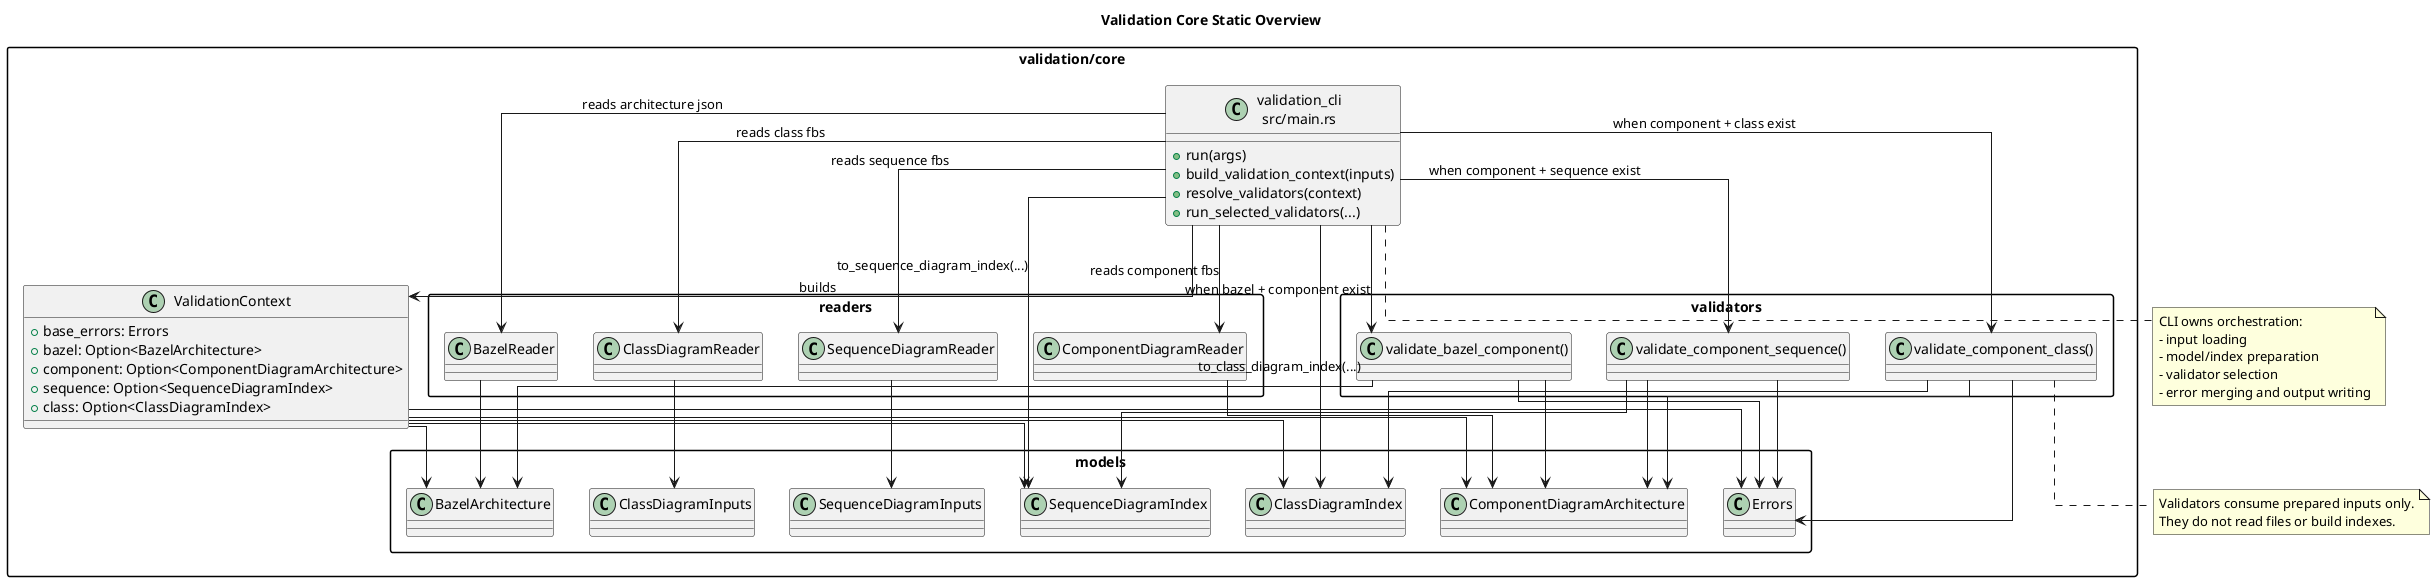
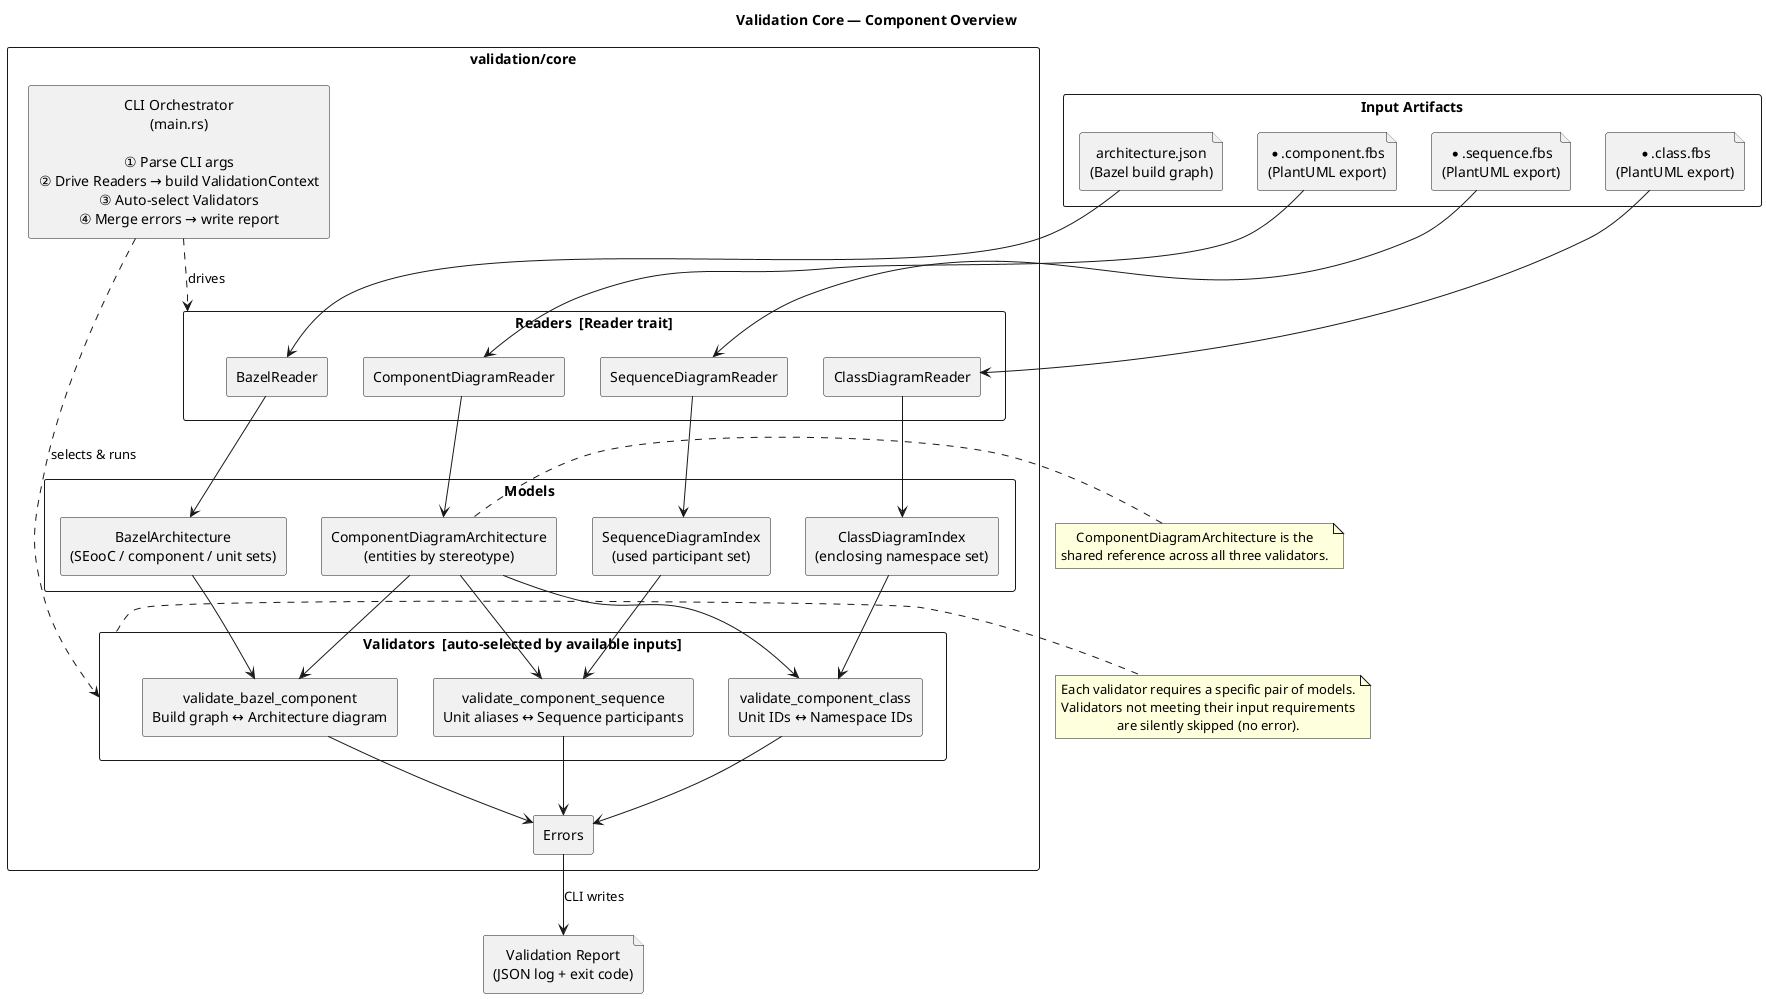
' *******************************************************************************
' Copyright (c) 2026 Contributors to the Eclipse Foundation
'
' See the NOTICE file(s) distributed with this work for additional
' information regarding copyright ownership.
'
' This program and the accompanying materials are made available under the
' terms of the Apache License Version 2.0 which is available at
' https://www.apache.org/licenses/LICENSE-2.0
'
' SPDX-License-Identifier: Apache-2.0
' *******************************************************************************

@startuml validation_core_overview
- title Validation Core Static Overview
+ title Validation Core — Component Overview

skinparam packageStyle rectangle
skinparam shadowing false
- skinparam linetype ortho
+ skinparam defaultTextAlignment center
+ skinparam componentStyle rectangle
+ 
+ ' ── External input artifacts ──────────────────────────────────────────────────
+ 
+ rectangle "Input Artifacts" as Inputs {
+   file "architecture.json\n(Bazel build graph)" as FBazel
+   file "*.component.fbs\n(PlantUML export)" as FComp
+   file "*.sequence.fbs\n(PlantUML export)" as FSeq
+   file "*.class.fbs\n(PlantUML export)" as FClass
+ }
+ 
+ ' ── validation/core library ───────────────────────────────────────────────────

package "validation/core" {
-   class "validation_cli\nsrc/main.rs" as cli {
-     +run(args)
-     +build_validation_context(inputs)
-     +resolve_validators(context)
-     +run_selected_validators(...)
+ 
+   ' Readers: parse raw file formats into typed raw models
+   package "Readers  [Reader trait]" as ReadLayer {
+     component "BazelReader" as BR
+     component "ComponentDiagramReader" as CDR
+     component "SequenceDiagramReader" as SDR
+     component "ClassDiagramReader" as ClDR
  }

-   package "readers" {
-     class "BazelReader"
-     class "ComponentDiagramReader"
-     class "SequenceDiagramReader"
-     class "ClassDiagramReader"
+   ' Models: indexed, query-ready in-memory representations
+   package "Models" as ModelLayer {
+     component "BazelArchitecture\n(SEooC / component / unit sets)" as MBazel
+     component "ComponentDiagramArchitecture\n(entities by stereotype)" as MComp
+     component "SequenceDiagramIndex\n(used participant set)" as MSeq
+     component "ClassDiagramIndex\n(enclosing namespace set)" as MClass
  }

-   package "models" {
-     class "BazelArchitecture"
-     class "ComponentDiagramArchitecture"
-     class "SequenceDiagramInputs"
-     class "SequenceDiagramIndex"
-     class "ClassDiagramInputs"
-     class "ClassDiagramIndex"
-     class "Errors"
+   ' Validators: stateless pure functions; auto-selected by available inputs
+   package "Validators  [auto-selected by available inputs]" as ValLayer {
+     component "validate_bazel_component\nBuild graph ↔ Architecture diagram" as VBC
+     component "validate_component_class\nUnit IDs ↔ Namespace IDs" as VCC
+     component "validate_component_sequence\nUnit aliases ↔ Sequence participants" as VCS
  }

-   package "validators" {
-     class "validate_bazel_component()"
-     class "validate_component_class()"
-     class "validate_component_sequence()"
-   }
+   component "Errors" as Err

-   class "ValidationContext" as context {
-     +base_errors: Errors
-     +bazel: Option<BazelArchitecture>
-     +component: Option<ComponentDiagramArchitecture>
-     +sequence: Option<SequenceDiagramIndex>
-     +class: Option<ClassDiagramIndex>
-   }
+   component "CLI Orchestrator\n(main.rs)\n\n① Parse CLI args\n② Drive Readers → build ValidationContext\n③ Auto-select Validators\n④ Merge errors → write report" as CLI
+ 
}

- cli --> BazelReader : reads architecture json
- cli --> ComponentDiagramReader : reads component fbs
- cli --> SequenceDiagramReader : reads sequence fbs
- cli --> ClassDiagramReader : reads class fbs
+ ' ── Output ────────────────────────────────────────────────────────────────────
+ file "Validation Report\n(JSON log + exit code)" as Report

- BazelReader --> BazelArchitecture
- ComponentDiagramReader --> ComponentDiagramArchitecture
- SequenceDiagramReader --> SequenceDiagramInputs
- ClassDiagramReader --> ClassDiagramInputs
- cli --> SequenceDiagramIndex : to_sequence_diagram_index(...)
- cli --> ClassDiagramIndex : to_class_diagram_index(...)
+ ' ── Connections ───────────────────────────────────────────────────────────────

- cli --> context : builds
- context --> Errors
- context --> BazelArchitecture
- context --> ComponentDiagramArchitecture
- context --> SequenceDiagramIndex
- context --> ClassDiagramIndex
+ ' Inputs feed Readers
+ FBazel --> BR
+ FComp  --> CDR
+ FSeq   --> SDR
+ FClass --> ClDR

- cli --> "validate_bazel_component()" : when bazel + component exist
- cli --> "validate_component_class()" : when component + class exist
- cli --> "validate_component_sequence()" : when component + sequence exist
+ ' Readers produce Models (parse + index)
+ BR  --> MBazel
+ CDR --> MComp
+ SDR --> MSeq
+ ClDR --> MClass

- "validate_bazel_component()" --> BazelArchitecture
- "validate_bazel_component()" --> ComponentDiagramArchitecture
- "validate_bazel_component()" --> Errors
+ ' Component diagram is the shared reference hub for all validators
+ MBazel --> VBC
+ MComp  --> VBC
+ MComp  --> VCC
+ MComp  --> VCS
+ MClass --> VCC
+ MSeq   --> VCS

- "validate_component_class()" --> ComponentDiagramArchitecture
- "validate_component_class()" --> ClassDiagramIndex
- "validate_component_class()" --> Errors
+ ' Validators accumulate into Errors
+ VBC --> Err
+ VCC --> Err
+ VCS --> Err

- "validate_component_sequence()" --> ComponentDiagramArchitecture
- "validate_component_sequence()" --> SequenceDiagramIndex
- "validate_component_sequence()" --> Errors
+ ' CLI orchestrates Readers and Validators
+ CLI ..> ReadLayer : drives
+ CLI ..> ValLayer  : selects & runs

- note bottom of cli
- CLI owns orchestration:
- - input loading
- - model/index preparation
- - validator selection
- - error merging and output writing
+ ' Final output
+ Err --> Report : CLI writes
+ 
+ note right of ValLayer
+   Each validator requires a specific pair of models.
+   Validators not meeting their input requirements
+   are silently skipped (no error).
end note

- note bottom of "validate_component_class()"
- Validators consume prepared inputs only.
- They do not read files or build indexes.
+ note right of MComp
+   ComponentDiagramArchitecture is the
+   shared reference across all three validators.
end note

@enduml
